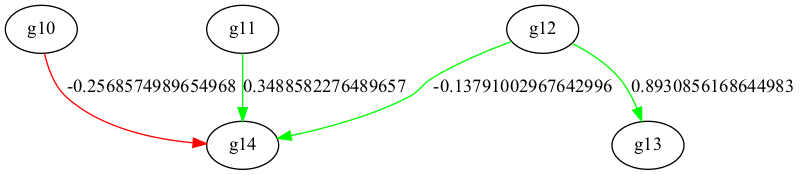
The Graphviz diagram visualizaions/Digraph.gv.png in RoshanNagaram002/NEAT, before a commit. Its source is kept beside it as visualizaions/Digraph.gv.
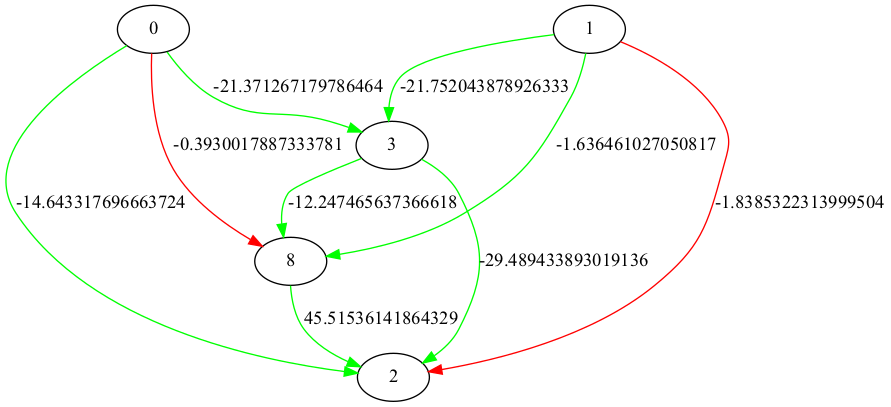
Above is the later version.

What changed in the source:
```diff
@@ -1,11 +1,16 @@
 digraph {
-	g10 [label=g10]
-	g11 [label=g11]
-	g12 [label=g12]
-	g13 [label=g13]
-	g14 [label=g14]
-	g12 -> g14 [label=-0.13791002967642996 color=green]
-	g10 -> g14 [label=-0.2568574989654968 color=red]
-	g12 -> g13 [label=0.8930856168644983 color=green]
-	g11 -> g14 [label=0.3488582276489657 color=green]
+	0 [label=0]
+	1 [label=1]
+	2 [label=2]
+	3 [label=3]
+	8 [label=8]
+	0 -> 2 [label=-14.643317696663724 color=green]
+	1 -> 2 [label=-1.8385322313999504 color=red]
+	1 -> 3 [label=-21.752043878926333 color=green]
+	3 -> 2 [label=-29.489433893019136 color=green]
+	0 -> 3 [label=-21.371267179786464 color=green]
+	0 -> 8 [label=-0.3930017887333781 color=red]
+	8 -> 2 [label=45.51536141864329 color=green]
+	1 -> 8 [label=-1.636461027050817 color=green]
+	3 -> 8 [label=-12.247465637366618 color=green]
 }
```
